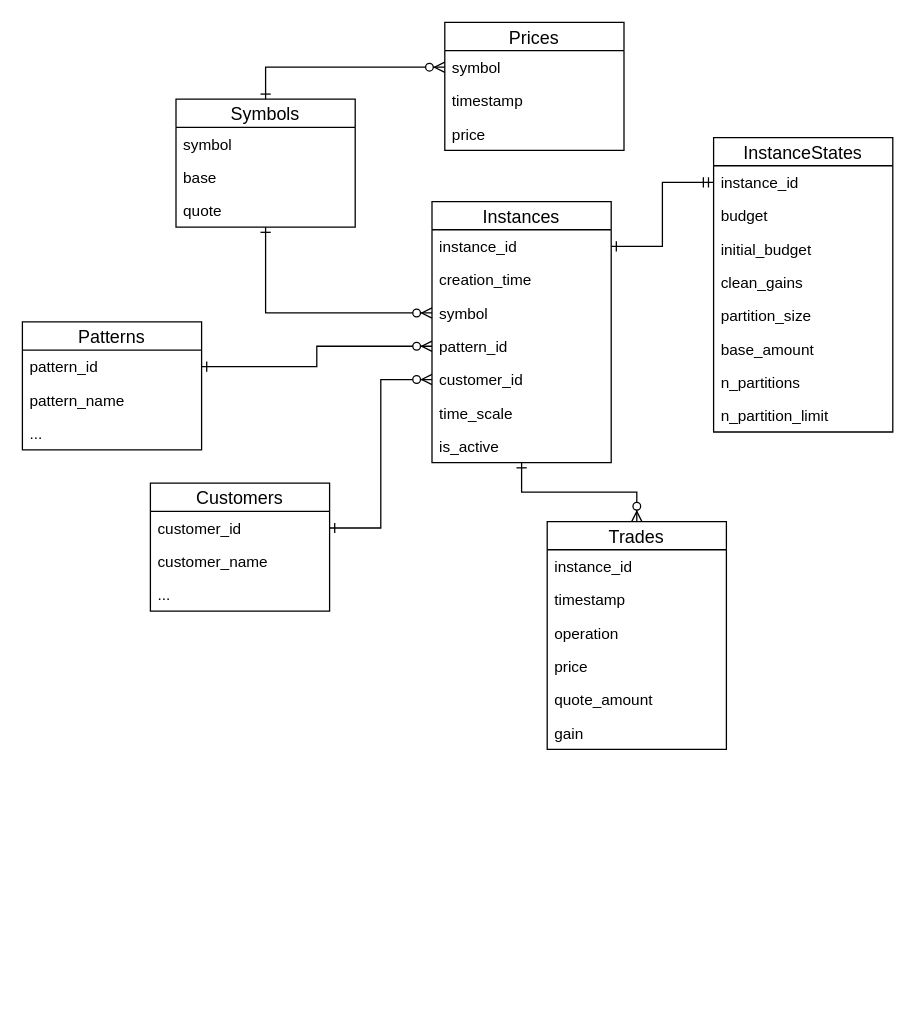
Earlier version of the draw.io diagram Docs/Diagrams/EDRDiagram.drawio (ruiz-salvat/morfeo). Source tidied: cells renumbered, new cells numbered last; positions are measured from the earlier drawing's top-left corner, leaving out a move shared by most shapes. Both pictures are drawn from the tidied source at 128%, with x=0, y=0 at pixel (22, 22).
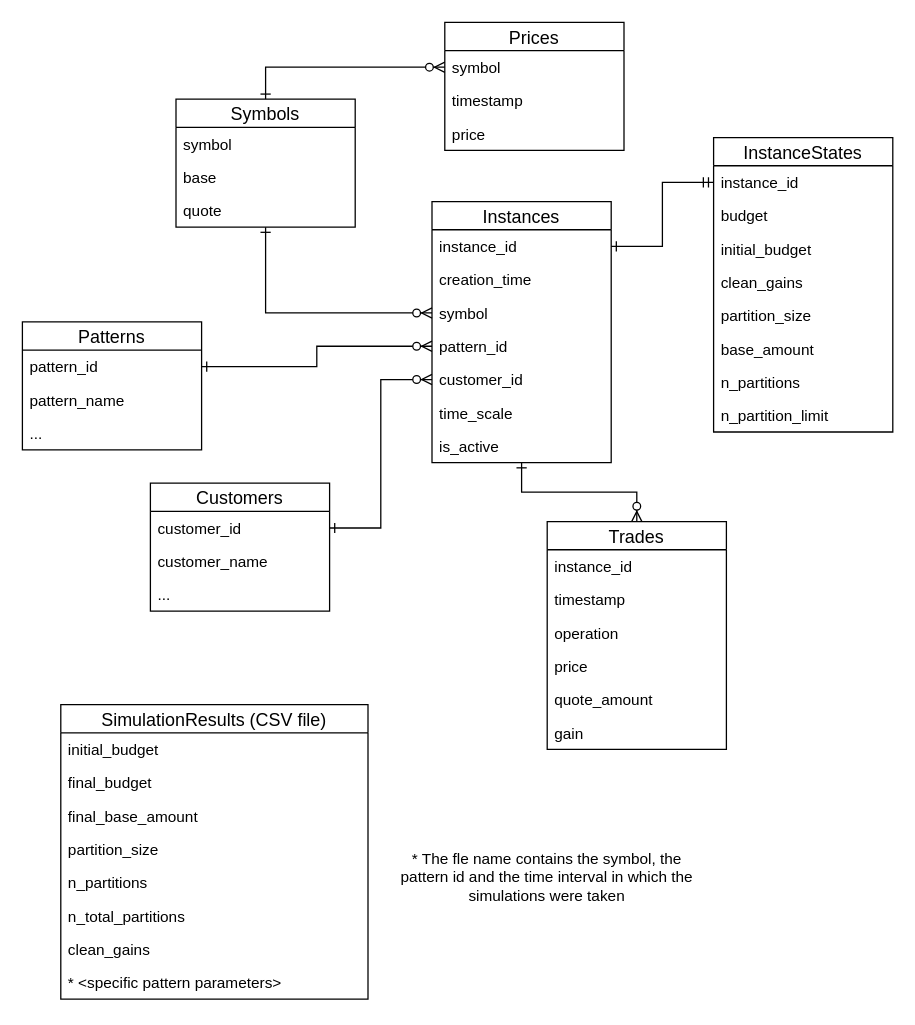
Above is the later version.

Change to the diagram source:
```diff
@@
+    <mxCell id="48" value="* The fle name contains the symbol, the pattern id and the time interval in which the simulations were taken" style="text;html=1;strokeColor=none;fillColor=none;align=center;verticalAlign=middle;whiteSpace=wrap;rounded=0;" parent="1" vertex="1">
+      <mxGeometry x="290" y="643" width="240" height="50" as="geometry" />
+    </mxCell>
+    <mxCell id="49" value="SimulationResults (CSV file)" style="swimlane;fontStyle=0;horizontal=1;startSize=22;align=center;fontSize=14;" parent="1" vertex="1">
+      <mxGeometry x="30" y="533" width="240" height="230" as="geometry" />
+    </mxCell>
+    <mxCell id="50" value="initial_budget" style="text;strokeColor=none;fillColor=none;spacingLeft=4;spacingRight=4;overflow=hidden;fontSize=12;" parent="49" vertex="1">
+      <mxGeometry y="22" width="240" height="26" as="geometry" />
+    </mxCell>
+    <mxCell id="51" value="final_budget" style="text;strokeColor=none;fillColor=none;spacingLeft=4;spacingRight=4;overflow=hidden;fontSize=12;" parent="49" vertex="1">
+      <mxGeometry y="48" width="240" height="26" as="geometry" />
+    </mxCell>
+    <mxCell id="52" value="final_base_amount" style="text;strokeColor=none;fillColor=none;spacingLeft=4;spacingRight=4;overflow=hidden;fontSize=12;" parent="49" vertex="1">
+      <mxGeometry y="74" width="240" height="26" as="geometry" />
+    </mxCell>
+    <mxCell id="53" value="partition_size" style="text;strokeColor=none;fillColor=none;spacingLeft=4;spacingRight=4;overflow=hidden;fontSize=12;" parent="49" vertex="1">
+      <mxGeometry y="100" width="240" height="26" as="geometry" />
+    </mxCell>
+    <mxCell id="54" value="n_partitions" style="text;strokeColor=none;fillColor=none;spacingLeft=4;spacingRight=4;overflow=hidden;fontSize=12;" parent="49" vertex="1">
+      <mxGeometry y="126" width="240" height="26" as="geometry" />
+    </mxCell>
+    <mxCell id="55" value="n_total_partitions" style="text;strokeColor=none;fillColor=none;spacingLeft=4;spacingRight=4;overflow=hidden;fontSize=12;" parent="49" vertex="1">
+      <mxGeometry y="152" width="240" height="26" as="geometry" />
+    </mxCell>
+    <mxCell id="56" value="clean_gains" style="text;strokeColor=none;fillColor=none;spacingLeft=4;spacingRight=4;overflow=hidden;fontSize=12;" parent="49" vertex="1">
+      <mxGeometry y="178" width="240" height="26" as="geometry" />
+    </mxCell>
+    <mxCell id="57" value="* &lt;specific pattern parameters&gt;" style="text;strokeColor=none;fillColor=none;spacingLeft=4;spacingRight=4;overflow=hidden;fontSize=12;" parent="49" vertex="1">
+      <mxGeometry y="204" width="240" height="26" as="geometry" />
+    </mxCell>
```
